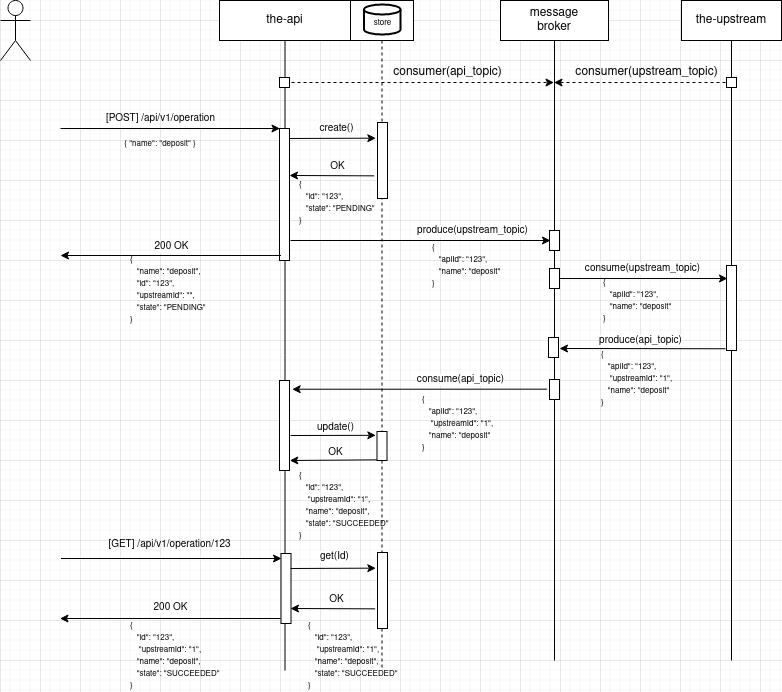
The draw.io diagram resources/event_driven_a_over_c.png in pedrofvteixeira/network-partition-exercise, before a commit. Source tidied: cells renumbered, new cells last; positions are measured from the earlier drawing's top-left corner, leaving out a move shared by most shapes.
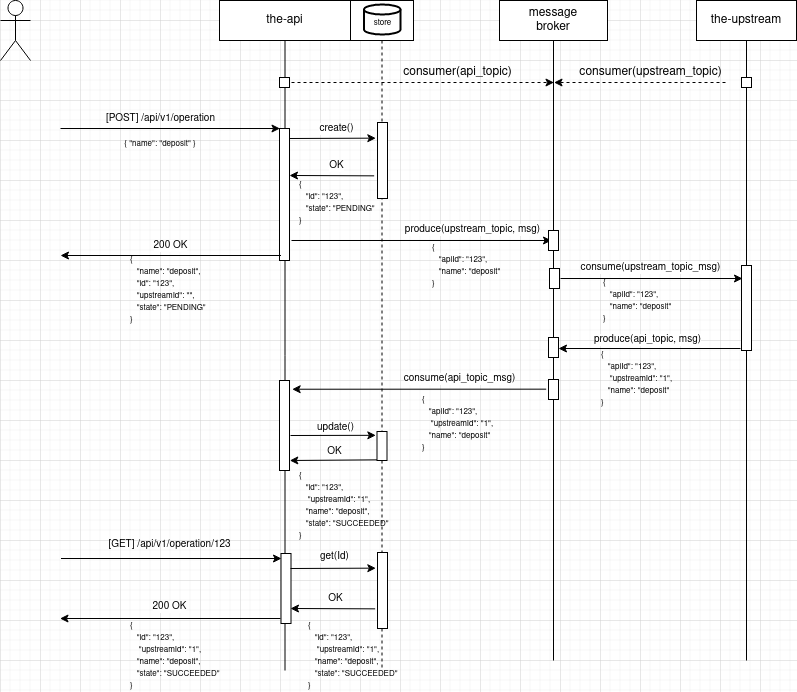
The same file after the commit.

What changed in the source:
```diff
@@ -3,7 +3,7 @@
     <mxCell id="0" />
     <mxCell id="1" parent="0" />
     <mxCell id="2" value="the-upstream" style="shape=umlLifeline;perimeter=lifelinePerimeter;whiteSpace=wrap;html=1;lifelineDashed=0;" parent="1" vertex="1">
-      <mxGeometry x="681" width="100" height="660" as="geometry" />
+      <mxGeometry x="696" width="100" height="660" as="geometry" />
     </mxCell>
     <mxCell id="3" style="html=1;perimeter=orthogonalPerimeter;fontSize=10;" parent="2" vertex="1">
       <mxGeometry x="45" y="77" width="10" height="10" as="geometry" />
@@ -13,11 +13,11 @@
     </mxCell>
     <mxCell id="5" style="endArrow=classic;html=1;rounded=0;fontSize=10;" parent="2" edge="1">
       <mxGeometry relative="1" as="geometry">
-        <mxPoint x="-122" y="278" as="sourcePoint" />
+        <mxPoint x="-136" y="278" as="sourcePoint" />
         <mxPoint x="46" y="278" as="targetPoint" />
       </mxGeometry>
     </mxCell>
-    <mxCell id="6" value="consume(upstream_topic)" style="edgeLabel;html=1;align=center;verticalAlign=middle;fontSize=10;" parent="5" vertex="1">
+    <mxCell id="6" value="consume(upstream_topic_msg)" style="edgeLabel;html=1;align=center;verticalAlign=middle;fontSize=10;" parent="5" vertex="1">
       <mxGeometry x="0.11" y="1" relative="1" as="geometry">
         <mxPoint x="-12" y="-10" as="offset" />
       </mxGeometry>
@@ -88,11 +88,11 @@
     </mxCell>
     <mxCell id="25" style="endArrow=classic;html=1;rounded=0;fontSize=10;" parent="1" edge="1">
       <mxGeometry relative="1" as="geometry">
-        <mxPoint x="290" y="240" as="sourcePoint" />
-        <mxPoint x="550" y="240" as="targetPoint" />
+        <mxPoint x="291" y="240" as="sourcePoint" />
+        <mxPoint x="551" y="240" as="targetPoint" />
       </mxGeometry>
     </mxCell>
-    <mxCell id="26" value="produce(upstream_topic)" style="edgeLabel;html=1;align=center;verticalAlign=middle;fontSize=10;" parent="25" vertex="1">
+    <mxCell id="26" value="produce(upstream_topic, msg)" style="edgeLabel;html=1;align=center;verticalAlign=middle;fontSize=10;" parent="25" vertex="1">
       <mxGeometry x="0.11" y="1" relative="1" as="geometry">
         <mxPoint x="36" y="-10" as="offset" />
       </mxGeometry>
@@ -172,18 +172,18 @@
       <mxGeometry x="169" y="606" as="geometry" />
     </mxCell>
     <mxCell id="45" value="&lt;div&gt;message &lt;br&gt;&lt;/div&gt;&lt;div&gt;broker&lt;/div&gt;" style="shape=umlLifeline;perimeter=lifelinePerimeter;whiteSpace=wrap;html=1;lifelineDashed=0;" parent="1" vertex="1">
-      <mxGeometry x="500" width="108" height="660" as="geometry" />
+      <mxGeometry x="499" width="108" height="660" as="geometry" />
     </mxCell>
     <mxCell id="46" style="html=1;perimeter=orthogonalPerimeter;fontSize=10;" parent="45" vertex="1">
       <mxGeometry x="49" y="230" width="10" height="20" as="geometry" />
     </mxCell>
     <mxCell id="47" style="endArrow=classic;html=1;rounded=0;fontSize=10;" parent="45" edge="1">
       <mxGeometry relative="1" as="geometry">
-        <mxPoint x="225" y="348.2" as="sourcePoint" />
+        <mxPoint x="241" y="348" as="sourcePoint" />
         <mxPoint x="59" y="348" as="targetPoint" />
       </mxGeometry>
     </mxCell>
-    <mxCell id="48" value="produce(api_topic)" style="edgeLabel;html=1;align=center;verticalAlign=middle;fontSize=10;" parent="47" vertex="1">
+    <mxCell id="48" value="produce(api_topic, msg)" style="edgeLabel;html=1;align=center;verticalAlign=middle;fontSize=10;" parent="47" vertex="1">
       <mxGeometry x="0.11" y="1" relative="1" as="geometry">
         <mxPoint x="8" y="-10" as="offset" />
       </mxGeometry>
@@ -198,7 +198,7 @@
       </mxGeometry>
     </mxCell>
     <mxCell id="51" value="consumer(api_topic)" style="text;html=1;align=center;verticalAlign=middle;strokeColor=none;fillColor=none;" parent="1" vertex="1">
-      <mxGeometry x="387" y="62" width="120" height="20" as="geometry" />
+      <mxGeometry x="397" y="62" width="120" height="20" as="geometry" />
     </mxCell>
     <mxCell id="52" style="endArrow=classic;html=1;rounded=0;exitX=-0.1;exitY=0.68;exitDx=0;exitDy=0;exitPerimeter=0;dashed=1;" parent="1" edge="1">
       <mxGeometry relative="1" as="geometry">
@@ -207,7 +207,7 @@
       </mxGeometry>
     </mxCell>
     <mxCell id="53" value="consumer(upstream_topic)" style="text;html=1;align=center;verticalAlign=middle;strokeColor=none;fillColor=none;" parent="1" vertex="1">
-      <mxGeometry x="566" y="62" width="160" height="20" as="geometry" />
+      <mxGeometry x="570" y="62" width="160" height="20" as="geometry" />
     </mxCell>
     <mxCell id="54" value="&lt;div align=&quot;left&quot;&gt;&lt;font style=&quot;font-size: 8px&quot;&gt;{ &lt;br&gt;&lt;/font&gt;&lt;/div&gt;&lt;div align=&quot;left&quot;&gt;&lt;font style=&quot;font-size: 8px&quot;&gt;&amp;nbsp;&amp;nbsp; &quot;apiId&quot;: &quot;123&quot;,&lt;/font&gt;&lt;/div&gt;&lt;div align=&quot;left&quot;&gt;&lt;font style=&quot;font-size: 8px&quot;&gt;&amp;nbsp;&amp;nbsp; &quot;name&quot;: &quot;deposit&quot;&lt;br&gt;&lt;/font&gt;&lt;/div&gt;&lt;div align=&quot;left&quot;&gt;&lt;font style=&quot;font-size: 8px&quot;&gt;}&lt;/font&gt;&lt;/div&gt;" style="text;html=1;strokeColor=none;fillColor=none;align=left;verticalAlign=middle;whiteSpace=wrap;rounded=0;fontSize=10;" parent="1" vertex="1">
       <mxGeometry x="430" y="250" width="90" height="30" as="geometry" />
@@ -227,7 +227,7 @@
     <mxCell id="59" style="endArrow=classic;html=1;rounded=0;exitX=-0.233;exitY=0.483;exitDx=0;exitDy=0;exitPerimeter=0;entryX=1.267;entryY=0.097;entryDx=0;entryDy=0;entryPerimeter=0;" parent="1" edge="1" source="49" target="19">
       <mxGeometry relative="1" as="geometry" />
     </mxCell>
-    <mxCell id="60" value="consume(api_topic)" style="edgeLabel;html=1;align=center;verticalAlign=middle;fontSize=10;" parent="1" vertex="1">
+    <mxCell id="60" value="consume(api_topic_msg)" style="edgeLabel;html=1;align=center;verticalAlign=middle;fontSize=10;" parent="1" vertex="1">
       <mxGeometry x="459" y="378" as="geometry" />
     </mxCell>
     <mxCell id="61" value="&lt;div align=&quot;left&quot;&gt;&lt;font style=&quot;font-size: 8px&quot;&gt;{ &lt;br&gt;&lt;/font&gt;&lt;/div&gt;&lt;div align=&quot;left&quot;&gt;&lt;font style=&quot;font-size: 8px&quot;&gt;&amp;nbsp;&amp;nbsp; &quot;&lt;/font&gt;&lt;font style=&quot;font-size: 8px&quot;&gt;&lt;font style=&quot;font-size: 8px&quot;&gt;apiId&lt;/font&gt;&quot;: &quot;123&quot;,&lt;/font&gt;&lt;/div&gt;&lt;div align=&quot;left&quot;&gt;&lt;font style=&quot;font-size: 8px&quot;&gt;&amp;nbsp;&amp;nbsp;&amp;nbsp; &quot;upstreamId&quot;: &quot;1&quot;,&lt;br&gt;&lt;/font&gt;&lt;/div&gt;&lt;div align=&quot;left&quot;&gt;&lt;font style=&quot;font-size: 8px&quot;&gt;&amp;nbsp;&amp;nbsp; &quot;name&quot;: &quot;deposit&quot;&lt;br&gt;&lt;/font&gt;&lt;/div&gt;&lt;div align=&quot;left&quot;&gt;&lt;font style=&quot;font-size: 8px&quot;&gt;}&lt;/font&gt;&lt;/div&gt;" style="text;html=1;strokeColor=none;fillColor=none;align=left;verticalAlign=middle;whiteSpace=wrap;rounded=0;fontSize=10;" parent="1" vertex="1">
```
